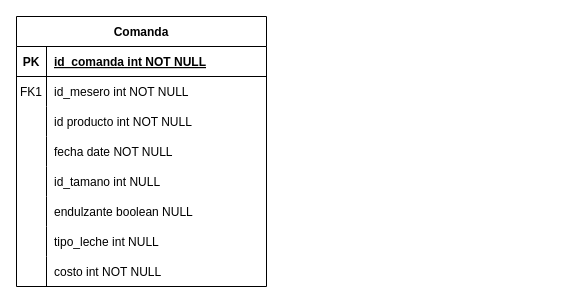
Above: Cafeteria_v1.0.drawio in raulgm00/draw.oi (draw.io), before the change. Source tidied: cells renumbered, new cells numbered last; positions are measured from the earlier drawing's top-left corner, leaving out a move shared by most shapes. Both pictures are drawn from the tidied source at 100%, with x=0, y=0 at pixel (16, 16).
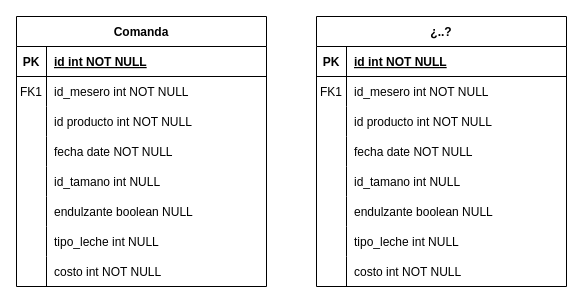
The same diagram, later.

The change refers to these unchanged cells:
```xml
<mxCell id="3" style="shape=partialRectangle;fillColor=none;top=0;left=0;right=0;bottom=1;" parent="2" vertex="1">
  <mxGeometry y="30" width="250" height="30" as="geometry" />
</mxCell>
```

What changed in the source:
```diff
@@
-    <mxCell id="5" value="id_comanda int NOT NULL " style="shape=partialRectangle;overflow=hidden;fillColor=none;top=0;left=0;bottom=0;right=0;align=left;spacingLeft=6;fontStyle=5;" parent="3" vertex="1">
+    <mxCell id="5" value="id int NOT NULL " style="shape=partialRectangle;overflow=hidden;fillColor=none;top=0;left=0;bottom=0;right=0;align=left;spacingLeft=6;fontStyle=5;" parent="3" vertex="1">
       <mxGeometry x="30" width="220" height="30" as="geometry" />
     </mxCell>
@@
+    <mxCell id="27" value="¿..?" style="shape=table;startSize=30;childLayout=tableLayout;rowLines=0;fontStyle=1;align=center;" parent="1" vertex="1">
+      <mxGeometry x="300" width="250" height="270" as="geometry" />
+    </mxCell>
+    <mxCell id="28" style="shape=partialRectangle;fillColor=none;top=0;left=0;right=0;bottom=1;" parent="27" vertex="1">
+      <mxGeometry y="30" width="250" height="30" as="geometry" />
+    </mxCell>
+    <mxCell id="29" value="PK" style="shape=partialRectangle;overflow=hidden;fillColor=none;top=0;left=0;bottom=0;right=0;fontStyle=1;" parent="28" vertex="1">
+      <mxGeometry width="30" height="30" as="geometry" />
+    </mxCell>
+    <mxCell id="30" value="id int NOT NULL " style="shape=partialRectangle;overflow=hidden;fillColor=none;top=0;left=0;bottom=0;right=0;align=left;spacingLeft=6;fontStyle=5;" parent="28" vertex="1">
+      <mxGeometry x="30" width="220" height="30" as="geometry" />
+    </mxCell>
+    <mxCell id="31" style="shape=partialRectangle;fillColor=none;top=0;left=0;right=0;bottom=0;" parent="27" vertex="1">
+      <mxGeometry y="60" width="250" height="30" as="geometry" />
+    </mxCell>
+    <mxCell id="32" value="FK1" style="shape=partialRectangle;overflow=hidden;fillColor=none;top=0;left=0;bottom=0;right=0;" parent="31" vertex="1">
+      <mxGeometry width="30" height="30" as="geometry" />
+    </mxCell>
+    <mxCell id="33" value="id_mesero int NOT NULL" style="shape=partialRectangle;overflow=hidden;fillColor=none;top=0;left=0;bottom=0;right=0;align=left;spacingLeft=6;" parent="31" vertex="1">
+      <mxGeometry x="30" width="220" height="30" as="geometry" />
+    </mxCell>
+    <mxCell id="34" style="shape=partialRectangle;fillColor=none;top=0;left=0;right=0;bottom=0;" parent="27" vertex="1">
+      <mxGeometry y="90" width="250" height="30" as="geometry" />
+    </mxCell>
+    <mxCell id="35" style="shape=partialRectangle;overflow=hidden;fillColor=none;top=0;left=0;bottom=0;right=0;" parent="34" vertex="1">
+      <mxGeometry width="30" height="30" as="geometry" />
+    </mxCell>
+    <mxCell id="36" value="id producto int NOT NULL" style="shape=partialRectangle;overflow=hidden;fillColor=none;top=0;left=0;bottom=0;right=0;align=left;spacingLeft=6;" parent="34" vertex="1">
+      <mxGeometry x="30" width="220" height="30" as="geometry" />
+    </mxCell>
+    <mxCell id="37" style="shape=partialRectangle;fillColor=none;top=0;left=0;right=0;bottom=0;" parent="27" vertex="1">
+      <mxGeometry y="120" width="250" height="30" as="geometry" />
+    </mxCell>
+    <mxCell id="38" style="shape=partialRectangle;overflow=hidden;fillColor=none;top=0;left=0;bottom=0;right=0;" parent="37" vertex="1">
+      <mxGeometry width="30" height="30" as="geometry" />
+    </mxCell>
+    <mxCell id="39" value="fecha date NOT NULL" style="shape=partialRectangle;overflow=hidden;fillColor=none;top=0;left=0;bottom=0;right=0;align=left;spacingLeft=6;" parent="37" vertex="1">
+      <mxGeometry x="30" width="220" height="30" as="geometry" />
+    </mxCell>
+    <mxCell id="40" style="shape=partialRectangle;fillColor=none;top=0;left=0;right=0;bottom=0;" parent="27" vertex="1">
+      <mxGeometry y="150" width="250" height="30" as="geometry" />
+    </mxCell>
+    <mxCell id="41" style="shape=partialRectangle;overflow=hidden;fillColor=none;top=0;left=0;bottom=0;right=0;" parent="40" vertex="1">
+      <mxGeometry width="30" height="30" as="geometry" />
+    </mxCell>
+    <mxCell id="42" value="id_tamano int NULL" style="shape=partialRectangle;overflow=hidden;fillColor=none;top=0;left=0;bottom=0;right=0;align=left;spacingLeft=6;" parent="40" vertex="1">
+      <mxGeometry x="30" width="220" height="30" as="geometry" />
+    </mxCell>
+    <mxCell id="43" style="shape=partialRectangle;fillColor=none;top=0;left=0;right=0;bottom=0;" parent="27" vertex="1">
+      <mxGeometry y="180" width="250" height="30" as="geometry" />
+    </mxCell>
+    <mxCell id="44" style="shape=partialRectangle;overflow=hidden;fillColor=none;top=0;left=0;bottom=0;right=0;" parent="43" vertex="1">
+      <mxGeometry width="30" height="30" as="geometry" />
+    </mxCell>
+    <mxCell id="45" value="endulzante boolean NULL" style="shape=partialRectangle;overflow=hidden;fillColor=none;top=0;left=0;bottom=0;right=0;align=left;spacingLeft=6;" parent="43" vertex="1">
+      <mxGeometry x="30" width="220" height="30" as="geometry" />
+    </mxCell>
+    <mxCell id="46" style="shape=partialRectangle;fillColor=none;top=0;left=0;right=0;bottom=0;" parent="27" vertex="1">
+      <mxGeometry y="210" width="250" height="30" as="geometry" />
+    </mxCell>
+    <mxCell id="47" style="shape=partialRectangle;overflow=hidden;fillColor=none;top=0;left=0;bottom=0;right=0;" parent="46" vertex="1">
+      <mxGeometry width="30" height="30" as="geometry" />
+    </mxCell>
+    <mxCell id="48" value="tipo_leche int NULL" style="shape=partialRectangle;overflow=hidden;fillColor=none;top=0;left=0;bottom=0;right=0;align=left;spacingLeft=6;" parent="46" vertex="1">
+      <mxGeometry x="30" width="220" height="30" as="geometry" />
+    </mxCell>
+    <mxCell id="49" style="shape=partialRectangle;fillColor=none;top=0;left=0;right=0;bottom=0;" parent="27" vertex="1">
+      <mxGeometry y="240" width="250" height="30" as="geometry" />
+    </mxCell>
+    <mxCell id="50" style="shape=partialRectangle;overflow=hidden;fillColor=none;top=0;left=0;bottom=0;right=0;" parent="49" vertex="1">
+      <mxGeometry width="30" height="30" as="geometry" />
+    </mxCell>
+    <mxCell id="51" value="costo int NOT NULL" style="shape=partialRectangle;overflow=hidden;fillColor=none;top=0;left=0;bottom=0;right=0;align=left;spacingLeft=6;" parent="49" vertex="1">
+      <mxGeometry x="30" width="220" height="30" as="geometry" />
+    </mxCell>
```
